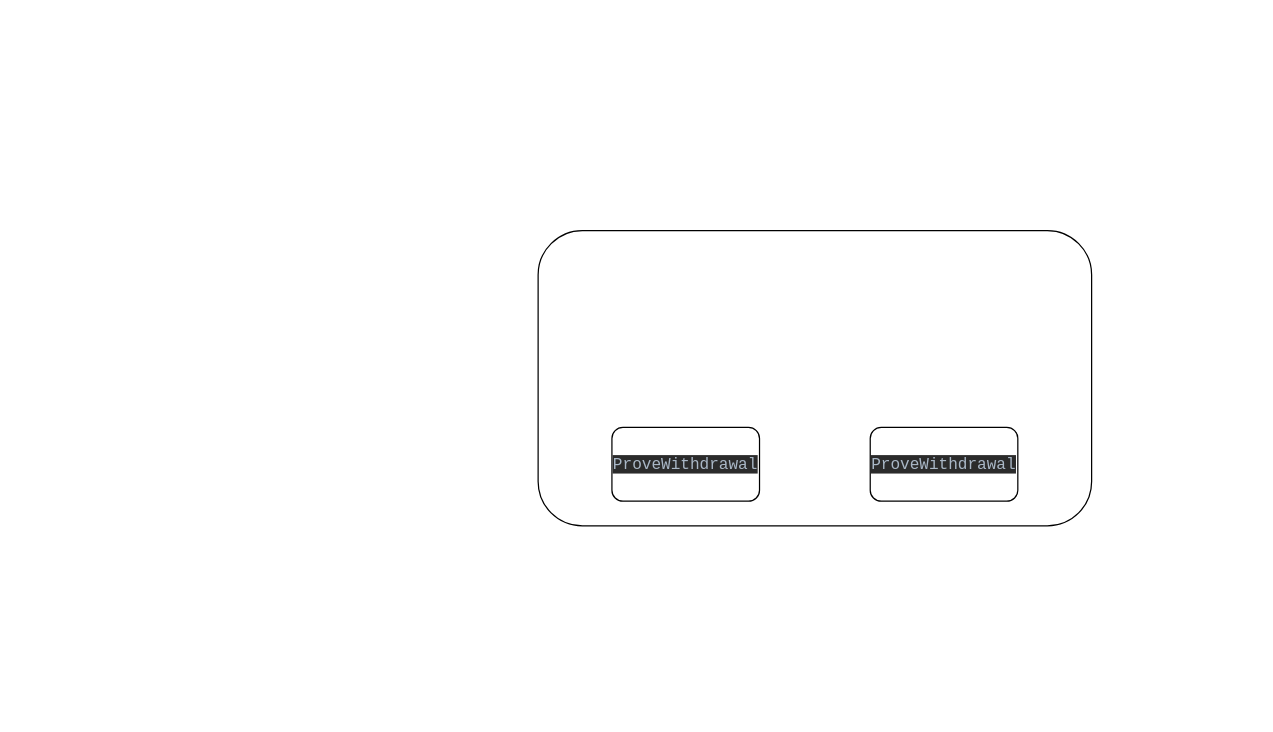
chixiaowen/drawio keeps this draw.io diagram as zkbridge-op-sdk.drawio. Above is the earlier version. Source tidied: cells renumbered, new cells numbered last; positions are measured from the earlier drawing's top-left corner, leaving out a move shared by most shapes. Both pictures are drawn from the tidied source at 123%, with x=0, y=0 at pixel (538, 230).
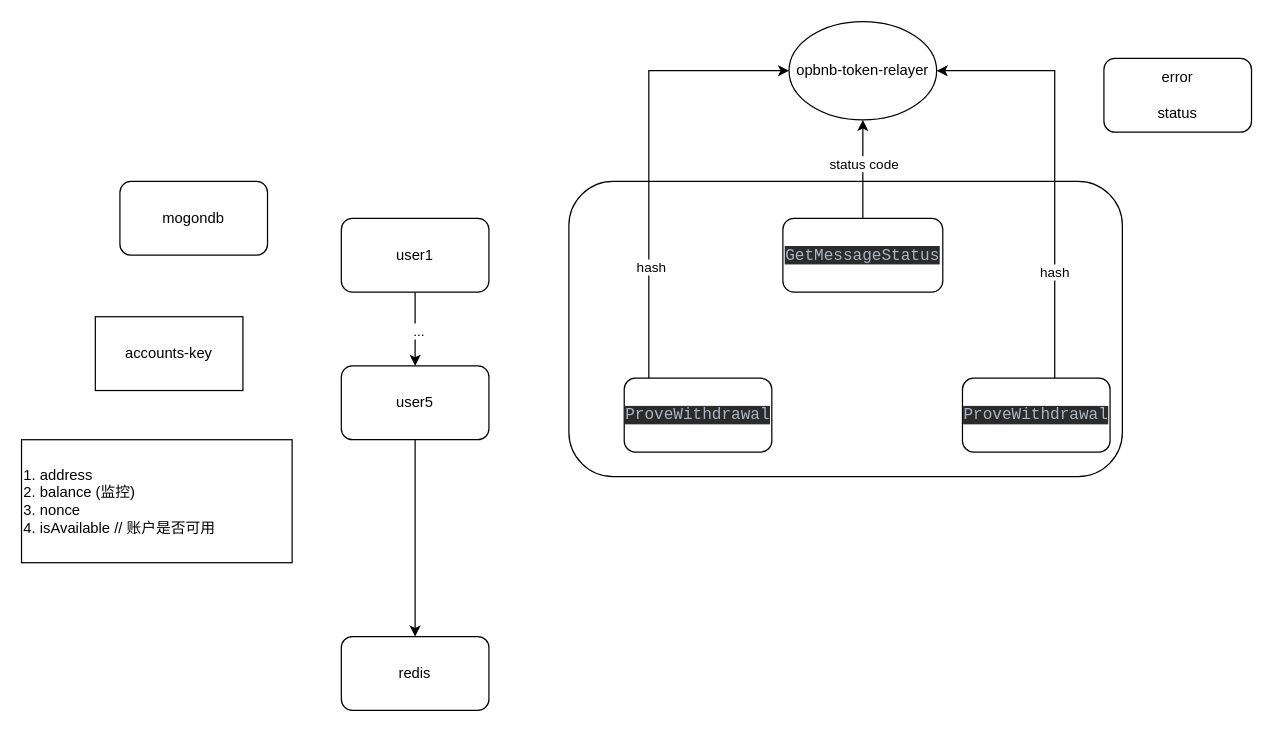
Above is the later version.

What changed in the source:
```diff
@@
     <mxCell id="2" style="rounded=1;whiteSpace=wrap;html=1;" parent="1" vertex="1">
-      <mxGeometry width="450" height="240" as="geometry" />
+      <mxGeometry x="25" y="-40" width="450" height="240" as="geometry" />
     </mxCell>
+    <mxCell id="5" style="edgeStyle=orthogonalEdgeStyle;rounded=0;jettySize=auto;html=1;entryX=0;entryY=0.5;entryDx=0;entryDy=0;" parent="1" edge="1" source="3" target="9">
+      <mxGeometry relative="1" as="geometry">
+        <Array as="points">
+          <mxPoint x="90" y="-130" />
+        </Array>
+      </mxGeometry>
+    </mxCell>
+    <mxCell id="6" value="hash" style="edgeLabel;html=1;align=center;verticalAlign=middle;" parent="5" vertex="1">
+      <mxGeometry x="-0.5" y="-1" relative="1" as="geometry" />
+    </mxCell>
     <mxCell id="3" value="&lt;div style=&quot;background-color: rgb(43, 43, 43); color: rgb(169, 183, 198); font-family: &amp;quot;JetBrains Mono&amp;quot;, monospace; font-size: 9.8pt;&quot;&gt;ProveWithdrawal&lt;/div&gt;" style="rounded=1;whiteSpace=wrap;html=1;" parent="1" vertex="1">
-      <mxGeometry x="60" y="160" width="120" height="60" as="geometry" />
+      <mxGeometry x="70" y="120" width="120" height="60" as="geometry" />
     </mxCell>
+    <mxCell id="7" style="edgeStyle=orthogonalEdgeStyle;rounded=0;jettySize=auto;html=1;entryX=1;entryY=0.5;entryDx=0;entryDy=0;" parent="1" edge="1" source="4" target="9">
+      <mxGeometry relative="1" as="geometry">
+        <Array as="points">
+          <mxPoint x="420" y="-130" />
+        </Array>
+      </mxGeometry>
+    </mxCell>
+    <mxCell id="8" value="hash" style="edgeLabel;html=1;align=center;verticalAlign=middle;" parent="7" vertex="1">
+      <mxGeometry x="-0.5" y="1" relative="1" as="geometry" />
+    </mxCell>
     <mxCell id="4" value="&lt;div style=&quot;background-color: rgb(43, 43, 43); color: rgb(169, 183, 198); font-family: &amp;quot;JetBrains Mono&amp;quot;, monospace; font-size: 9.8pt;&quot;&gt;ProveWithdrawal&lt;/div&gt;" style="rounded=1;whiteSpace=wrap;html=1;" parent="1" vertex="1">
-      <mxGeometry x="270" y="160" width="120" height="60" as="geometry" />
+      <mxGeometry x="345" y="120" width="120" height="60" as="geometry" />
     </mxCell>
+    <mxCell id="9" value="opbnb-token-relayer" style="ellipse;whiteSpace=wrap;html=1;" parent="1" vertex="1">
+      <mxGeometry x="204" y="-170" width="120" height="80" as="geometry" />
+    </mxCell>
+    <mxCell id="10" style="edgeStyle=orthogonalEdgeStyle;rounded=0;jettySize=auto;html=1;entryX=0.5;entryY=1;entryDx=0;entryDy=0;" parent="1" edge="1" source="12" target="9">
+      <mxGeometry relative="1" as="geometry" />
+    </mxCell>
+    <mxCell id="11" value="status code" style="edgeLabel;html=1;align=center;verticalAlign=middle;" parent="10" vertex="1">
+      <mxGeometry x="0.12" relative="1" as="geometry" />
+    </mxCell>
+    <mxCell id="12" value="&lt;div style=&quot;background-color: rgb(43, 43, 43); color: rgb(169, 183, 198); font-family: &amp;quot;JetBrains Mono&amp;quot;, monospace; font-size: 9.8pt;&quot;&gt;GetMessageStatus&lt;/div&gt;" style="rounded=1;whiteSpace=wrap;html=1;" parent="1" vertex="1">
+      <mxGeometry x="199" y="-10" width="130" height="60" as="geometry" />
+    </mxCell>
+    <mxCell id="13" style="edgeStyle=orthogonalEdgeStyle;rounded=0;jettySize=auto;html=1;" parent="1" edge="1" source="15" target="17">
+      <mxGeometry relative="1" as="geometry" />
+    </mxCell>
+    <mxCell id="14" value="..." style="edgeLabel;html=1;align=center;verticalAlign=middle;" parent="13" vertex="1">
+      <mxGeometry x="0.03" y="2" relative="1" as="geometry" />
+    </mxCell>
+    <mxCell id="15" value="user1" style="rounded=1;whiteSpace=wrap;html=1;" parent="1" vertex="1">
+      <mxGeometry x="-160" y="-10" width="120" height="60" as="geometry" />
+    </mxCell>
+    <mxCell id="16" style="edgeStyle=orthogonalEdgeStyle;rounded=0;jettySize=auto;html=1;" parent="1" edge="1" source="17">
+      <mxGeometry relative="1" as="geometry">
+        <mxPoint x="-100" y="330" as="targetPoint" />
+      </mxGeometry>
+    </mxCell>
+    <mxCell id="17" value="user5" style="rounded=1;whiteSpace=wrap;html=1;" parent="1" vertex="1">
+      <mxGeometry x="-160" y="110" width="120" height="60" as="geometry" />
+    </mxCell>
+    <mxCell id="18" value="mogondb" style="rounded=1;whiteSpace=wrap;html=1;" parent="1" vertex="1">
+      <mxGeometry x="-340" y="-40" width="120" height="60" as="geometry" />
+    </mxCell>
+    <mxCell id="19" value="accounts-key" style="whiteSpace=wrap;html=1;" parent="1" vertex="1">
+      <mxGeometry x="-360" y="70" width="120" height="60" as="geometry" />
+    </mxCell>
+    <mxCell id="20" value="1. address&amp;nbsp;&lt;br&gt;2. balance (监控)&lt;br&gt;3. nonce&lt;br&gt;4. isAvailable // 账户是否可用" style="whiteSpace=wrap;html=1;align=left;" parent="1" vertex="1">
+      <mxGeometry x="-420" y="170" width="220" height="100" as="geometry" />
+    </mxCell>
+    <mxCell id="21" value="error&lt;br&gt;&lt;br&gt;status&lt;br&gt;" style="rounded=1;whiteSpace=wrap;html=1;" parent="1" vertex="1">
+      <mxGeometry x="460" y="-140" width="120" height="60" as="geometry" />
+    </mxCell>
+    <mxCell id="22" value="redis" style="rounded=1;whiteSpace=wrap;html=1;" parent="1" vertex="1">
+      <mxGeometry x="-160" y="330" width="120" height="60" as="geometry" />
+    </mxCell>
```
